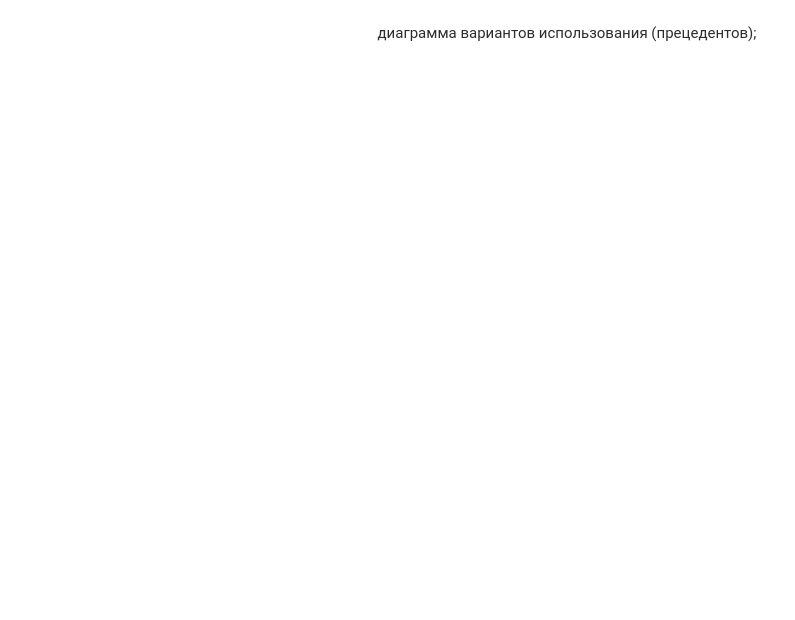
Above: page "варианты использования" (2 of 3) of Project01/ticket_model.drawio in k-oleg-s/IntroductionToOOP (draw.io), before the change. Source tidied: cells renumbered, new cells numbered last; positions are measured from the earlier drawing's top-left corner, leaving out a move shared by most shapes. Both pictures are drawn from the tidied source at 100%, with x=0, y=0 at pixel (357, 17).
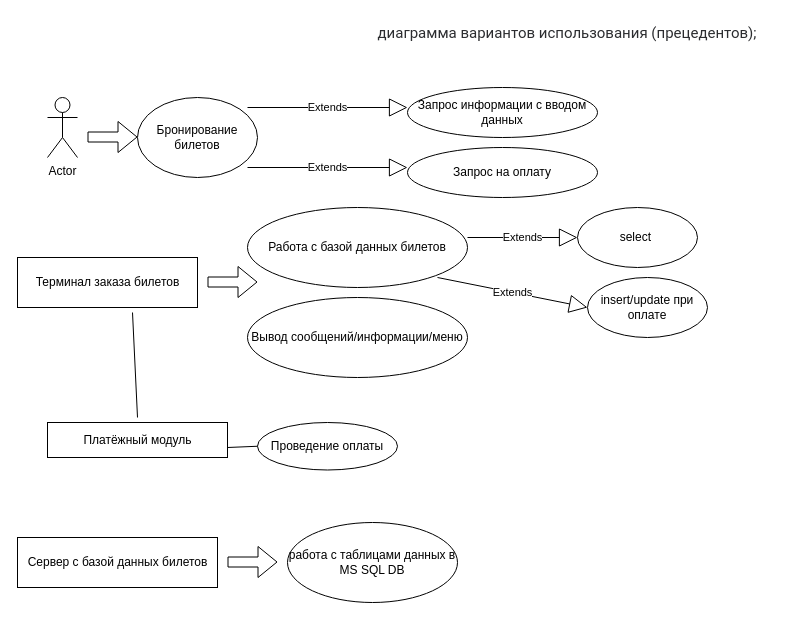
The same diagram, later.

What changed in the source:
```diff
@@
+    <mxCell id="3" value="Actor" style="shape=umlActor;verticalLabelPosition=bottom;verticalAlign=top;html=1;" parent="1" vertex="1">
+      <mxGeometry x="-310" y="80" width="30" height="60" as="geometry" />
+    </mxCell>
+    <mxCell id="4" value="Бронирование билетов" style="ellipse;whiteSpace=wrap;html=1;" parent="1" vertex="1">
+      <mxGeometry x="-220" y="80" width="120" height="80" as="geometry" />
+    </mxCell>
+    <mxCell id="5" value="Extends" style="endArrow=block;endSize=16;endFill=0;html=1;rounded=0;" parent="1" edge="1">
+      <mxGeometry relative="1" as="geometry">
+        <mxPoint x="-110" y="90" as="sourcePoint" />
+        <mxPoint x="50" y="90" as="targetPoint" />
+      </mxGeometry>
+    </mxCell>
+    <mxCell id="6" style="shape=flexArrow;endArrow=classic;html=1;rounded=0;" parent="1" edge="1">
+      <mxGeometry relative="1" as="geometry">
+        <mxPoint x="-270" y="119.5" as="sourcePoint" />
+        <mxPoint x="-220" y="119.5" as="targetPoint" />
+      </mxGeometry>
+    </mxCell>
+    <mxCell id="7" value="Работа с базой данных билетов" style="ellipse;whiteSpace=wrap;html=1;" parent="1" vertex="1">
+      <mxGeometry x="-110" y="190" width="220" height="80" as="geometry" />
+    </mxCell>
+    <mxCell id="8" value="&lt;span style=&quot;&quot;&gt;Терминал заказа билетов&lt;/span&gt;" style="html=1;" parent="1" vertex="1">
+      <mxGeometry x="-340" y="240" width="180" height="50" as="geometry" />
+    </mxCell>
+    <mxCell id="9" style="shape=flexArrow;endArrow=classic;html=1;rounded=0;" parent="1" edge="1">
+      <mxGeometry relative="1" as="geometry">
+        <mxPoint x="-150" y="264.5" as="sourcePoint" />
+        <mxPoint x="-100" y="264.5" as="targetPoint" />
+      </mxGeometry>
+    </mxCell>
+    <mxCell id="10" value="&lt;span style=&quot;&quot;&gt;Сервер с базой данных билетов&lt;/span&gt;" style="html=1;" parent="1" vertex="1">
+      <mxGeometry x="-340" y="520" width="200" height="50" as="geometry" />
+    </mxCell>
+    <mxCell id="11" style="shape=flexArrow;endArrow=classic;html=1;rounded=0;" parent="1" edge="1">
+      <mxGeometry relative="1" as="geometry">
+        <mxPoint x="-130" y="544.5" as="sourcePoint" />
+        <mxPoint x="-80" y="544.5" as="targetPoint" />
+      </mxGeometry>
+    </mxCell>
+    <mxCell id="12" value="Вывод сообщений/информации/меню" style="ellipse;whiteSpace=wrap;html=1;" parent="1" vertex="1">
+      <mxGeometry x="-110" y="280" width="220" height="80" as="geometry" />
+    </mxCell>
+    <mxCell id="13" value="Проведение оплаты" style="ellipse;whiteSpace=wrap;html=1;" parent="1" vertex="1">
+      <mxGeometry x="-100" y="405" width="140" height="47.5" as="geometry" />
+    </mxCell>
+    <mxCell id="14" value="&lt;span style=&quot;&quot;&gt;Платёжный модуль&lt;/span&gt;" style="html=1;" parent="1" vertex="1">
+      <mxGeometry x="-310" y="405" width="180" height="35" as="geometry" />
+    </mxCell>
+    <mxCell id="15" style="endArrow=none;html=1;rounded=0;entryX=0;entryY=0.5;entryDx=0;entryDy=0;" parent="1" edge="1" target="13">
+      <mxGeometry relative="1" as="geometry">
+        <mxPoint x="-130" y="430" as="sourcePoint" />
+      </mxGeometry>
+    </mxCell>
+    <mxCell id="16" style="endArrow=none;html=1;rounded=0;" parent="1" edge="1">
+      <mxGeometry relative="1" as="geometry">
+        <mxPoint x="-220" y="400" as="sourcePoint" />
+        <mxPoint x="-225" y="295" as="targetPoint" />
+      </mxGeometry>
+    </mxCell>
+    <mxCell id="17" value="Extends" style="endArrow=block;endSize=16;endFill=0;html=1;rounded=0;" parent="1" edge="1">
+      <mxGeometry relative="1" as="geometry">
+        <mxPoint x="-110" y="150" as="sourcePoint" />
+        <mxPoint x="50" y="150" as="targetPoint" />
+      </mxGeometry>
+    </mxCell>
+    <mxCell id="18" value="Запрос информации с вводом данных" style="ellipse;whiteSpace=wrap;html=1;" parent="1" vertex="1">
+      <mxGeometry x="50" y="70" width="190" height="50" as="geometry" />
+    </mxCell>
+    <mxCell id="19" value="Запрос на оплату" style="ellipse;whiteSpace=wrap;html=1;" parent="1" vertex="1">
+      <mxGeometry x="50" y="130" width="190" height="50" as="geometry" />
+    </mxCell>
+    <mxCell id="20" value="Extends" style="endArrow=block;endSize=16;endFill=0;html=1;rounded=0;" parent="1" edge="1">
+      <mxGeometry relative="1" as="geometry">
+        <mxPoint x="110" y="220" as="sourcePoint" />
+        <mxPoint x="220" y="220" as="targetPoint" />
+      </mxGeometry>
+    </mxCell>
+    <mxCell id="21" value="Extends" style="endArrow=block;endSize=16;endFill=0;html=1;rounded=0;" parent="1" edge="1">
+      <mxGeometry relative="1" as="geometry">
+        <mxPoint x="80" y="260" as="sourcePoint" />
+        <mxPoint x="230" y="290" as="targetPoint" />
+      </mxGeometry>
+    </mxCell>
+    <mxCell id="22" value="select&amp;nbsp;" style="ellipse;whiteSpace=wrap;html=1;" parent="1" vertex="1">
+      <mxGeometry x="220" y="190" width="120" height="60" as="geometry" />
+    </mxCell>
+    <mxCell id="23" value="insert/update при оплате" style="ellipse;whiteSpace=wrap;html=1;" parent="1" vertex="1">
+      <mxGeometry x="230" y="260" width="120" height="60" as="geometry" />
+    </mxCell>
+    <mxCell id="24" value="работа с таблицами данных в MS SQL DB" style="ellipse;whiteSpace=wrap;html=1;" parent="1" vertex="1">
+      <mxGeometry x="-70" y="505" width="170" height="80" as="geometry" />
+    </mxCell>
```
